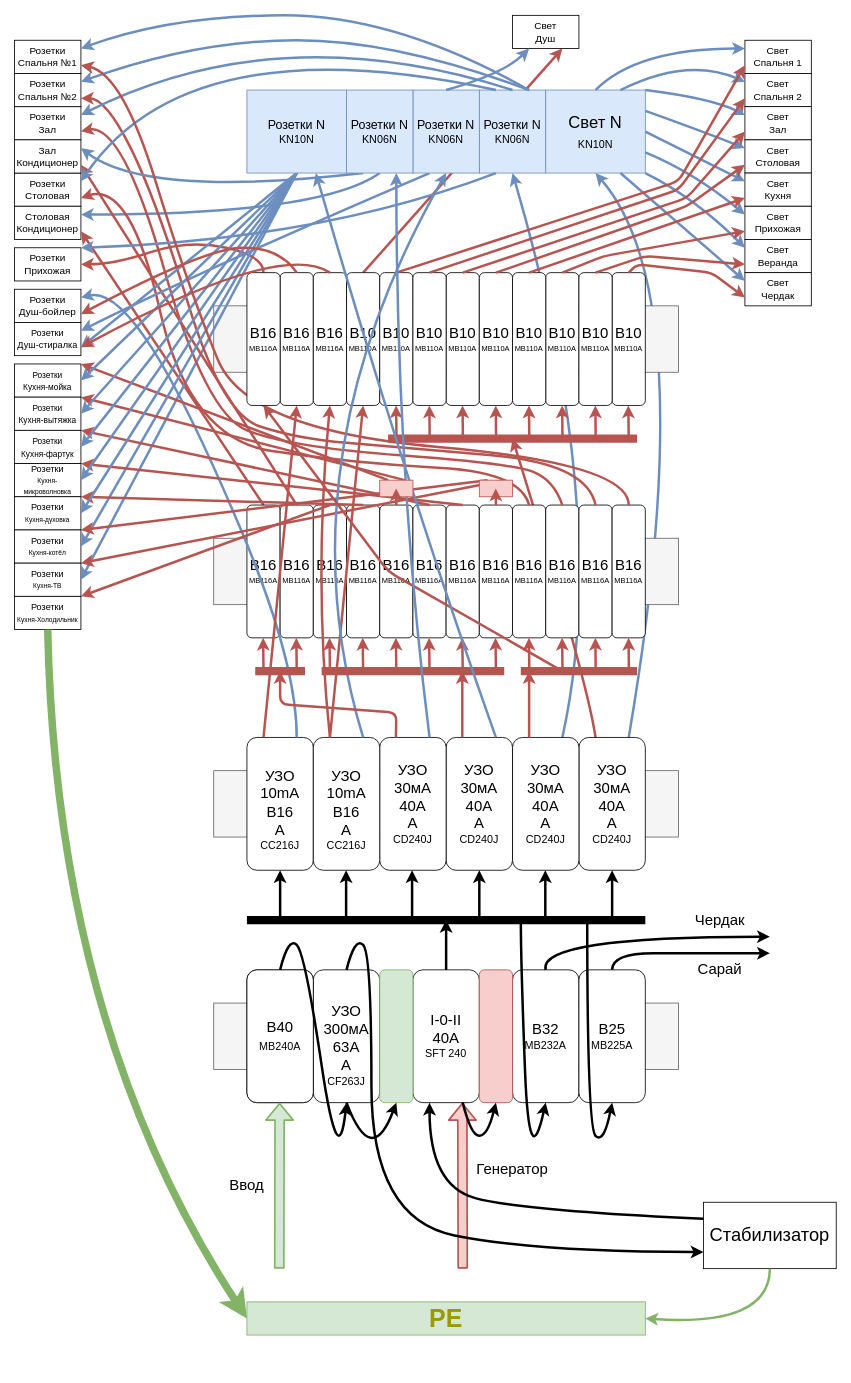
This is shit-v2.drawio from Tur-4000/electro22, a draw.io file, before an edit. Source tidied: cells renumbered, new cells numbered last; positions are measured from the earlier drawing's top-left corner, leaving out a move shared by most shapes. Both pictures are drawn from the tidied source at 83%, with x=0, y=0 at pixel (14, 15).
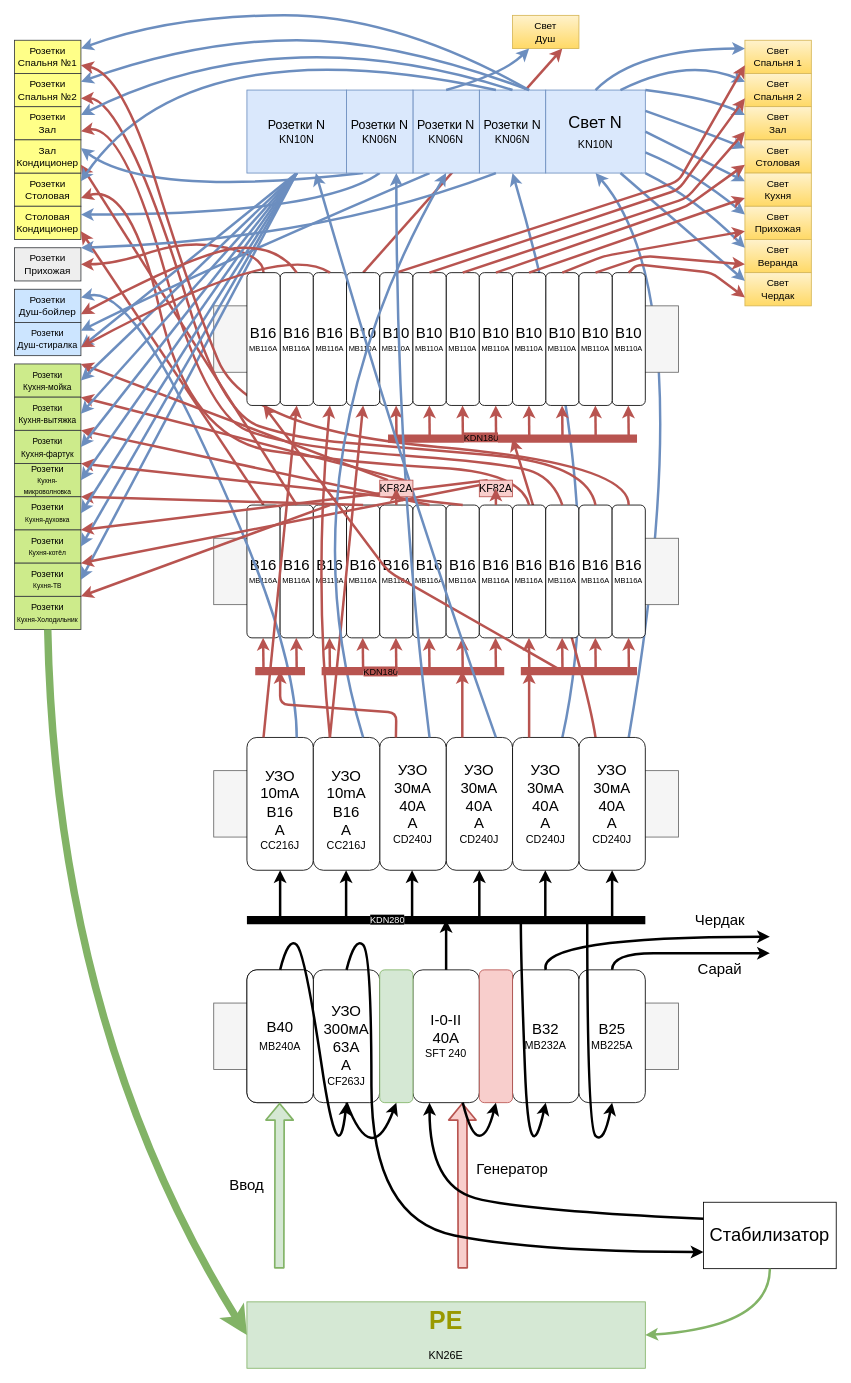
The same diagram, later.

Unchanged cells that the change refers to:
```xml
<mxCell id="28" style="endArrow=none;html=1;strokeWidth=10;" parent="1" edge="1">
  <mxGeometry relative="1" as="geometry">
    <mxPoint x="280" y="1090" as="sourcePoint" />
    <mxPoint x="760" y="1090" as="targetPoint" />
  </mxGeometry>
</mxCell>
<mxCell id="84" style="endArrow=none;html=1;strokeWidth=10;fillColor=#f8cecc;strokeColor=#b85450;" parent="1" edge="1">
  <mxGeometry relative="1" as="geometry">
    <mxPoint x="450" y="510" as="sourcePoint" />
    <mxPoint x="750" y="510" as="targetPoint" />
  </mxGeometry>
</mxCell>
<mxCell id="176" style="endArrow=none;html=1;strokeWidth=10;fillColor=#f8cecc;strokeColor=#b85450;" parent="1" edge="1">
  <mxGeometry relative="1" as="geometry">
    <mxPoint x="370" y="790" as="sourcePoint" />
    <mxPoint x="590" y="790" as="targetPoint" />
  </mxGeometry>
</mxCell>
```

What changed in the source:
```diff
@@
+    <mxCell id="195" value="&lt;span style=&quot;background-color: rgb(0 , 0 , 0)&quot;&gt;&lt;font color=&quot;#FFFFFF&quot;&gt;KDN280&lt;/font&gt;&lt;/span&gt;" style="edgeLabel;html=1;align=center;verticalAlign=middle;" parent="28" vertex="1">
+      <mxGeometry x="-0.3" y="1" relative="1" as="geometry" />
+    </mxCell>
@@
-    <mxCell id="38" value="&lt;font color=&quot;#999900&quot;&gt;&lt;b&gt;&lt;font style=&quot;font-size: 30px&quot;&gt;PE&lt;/font&gt;&lt;/b&gt;&lt;/font&gt;" style="rounded=0;whiteSpace=wrap;html=1;fillColor=#d5e8d4;strokeColor=#82b366;" parent="1" vertex="1">
-      <mxGeometry x="280" y="1550" width="480" height="40" as="geometry" />
+    <mxCell id="38" value="&lt;font color=&quot;#999900&quot;&gt;&lt;b&gt;&lt;font style=&quot;font-size: 30px&quot;&gt;PE &lt;/font&gt;&lt;/b&gt;&lt;/font&gt;&lt;br&gt;&lt;div&gt;&lt;font color=&quot;#999900&quot;&gt;&lt;b&gt;&lt;font style=&quot;font-size: 30px&quot;&gt;&lt;span style=&quot;font-size: 13px ; color: #000000 ; font-weight: normal ; text-decoration: none ; font-family: &amp;#34;arial&amp;#34; ; font-style: normal&quot;&gt;KN26E&lt;/span&gt;&lt;/font&gt;&lt;/b&gt;&lt;/font&gt;&lt;/div&gt;" style="rounded=0;whiteSpace=wrap;html=1;fillColor=#d5e8d4;strokeColor=#82b366;" parent="1" vertex="1">
+      <mxGeometry x="280" y="1550" width="480" height="80" as="geometry" />
     </mxCell>
@@
-    <mxCell id="42" value="&lt;div&gt;Свет&lt;/div&gt;&lt;div&gt;Спальня 1&lt;br&gt;&lt;/div&gt;" style="rounded=0;whiteSpace=wrap;html=1;" parent="1" vertex="1">
+    <mxCell id="42" value="&lt;div&gt;Свет&lt;/div&gt;&lt;div&gt;Спальня 1&lt;br&gt;&lt;/div&gt;" style="rounded=0;whiteSpace=wrap;html=1;fillColor=#fff2cc;strokeColor=#d6b656;gradientColor=#ffd966;" parent="1" vertex="1">
       <mxGeometry x="880" y="30" width="80" height="40" as="geometry" />
     </mxCell>
-    <mxCell id="43" value="&lt;div&gt;Свет&lt;/div&gt;&lt;div&gt;Душ&lt;br&gt;&lt;/div&gt;" style="rounded=0;whiteSpace=wrap;html=1;" parent="1" vertex="1">
+    <mxCell id="43" value="&lt;div&gt;Свет&lt;/div&gt;&lt;div&gt;Душ&lt;br&gt;&lt;/div&gt;" style="rounded=0;whiteSpace=wrap;html=1;fillColor=#fff2cc;strokeColor=#d6b656;gradientColor=#ffd966;" parent="1" vertex="1">
       <mxGeometry x="600" width="80" height="40" as="geometry" />
     </mxCell>
-    <mxCell id="44" value="&lt;div&gt;Розетки&lt;/div&gt;&lt;div&gt;Спальня №1&lt;br&gt;&lt;/div&gt;" style="rounded=0;whiteSpace=wrap;html=1;" parent="1" vertex="1">
+    <mxCell id="44" value="&lt;div&gt;Розетки&lt;/div&gt;&lt;div&gt;Спальня №1&lt;br&gt;&lt;/div&gt;" style="rounded=0;whiteSpace=wrap;html=1;fillColor=#ffff88;strokeColor=#36393d;" parent="1" vertex="1">
       <mxGeometry y="30" width="80" height="40" as="geometry" />
     </mxCell>
-    <mxCell id="45" value="&lt;div&gt;Розетки&lt;/div&gt;&lt;div&gt;Зал&lt;br&gt;&lt;/div&gt;" style="rounded=0;whiteSpace=wrap;html=1;" parent="1" vertex="1">
+    <mxCell id="45" value="&lt;div&gt;Розетки&lt;/div&gt;&lt;div&gt;Зал&lt;br&gt;&lt;/div&gt;" style="rounded=0;whiteSpace=wrap;html=1;fillColor=#ffff88;strokeColor=#36393d;" parent="1" vertex="1">
       <mxGeometry y="110" width="80" height="40" as="geometry" />
     </mxCell>
-    <mxCell id="46" value="&lt;div&gt;Розетки&lt;/div&gt;&lt;div&gt;Спальня №2&lt;br&gt;&lt;/div&gt;" style="rounded=0;whiteSpace=wrap;html=1;" parent="1" vertex="1">
+    <mxCell id="46" value="&lt;div&gt;Розетки&lt;/div&gt;&lt;div&gt;Спальня №2&lt;br&gt;&lt;/div&gt;" style="rounded=0;whiteSpace=wrap;html=1;fillColor=#ffff88;strokeColor=#36393d;" parent="1" vertex="1">
       <mxGeometry y="70" width="80" height="40" as="geometry" />
     </mxCell>
-    <mxCell id="47" value="&lt;div&gt;Розетки&lt;/div&gt;&lt;div&gt;Столовая&lt;br&gt;&lt;/div&gt;" style="rounded=0;whiteSpace=wrap;html=1;" parent="1" vertex="1">
+    <mxCell id="47" value="&lt;div&gt;Розетки&lt;/div&gt;&lt;div&gt;Столовая&lt;br&gt;&lt;/div&gt;" style="rounded=0;whiteSpace=wrap;html=1;fillColor=#ffff88;strokeColor=#36393d;" parent="1" vertex="1">
       <mxGeometry y="190" width="80" height="40" as="geometry" />
     </mxCell>
-    <mxCell id="48" value="&lt;div&gt;Розетки&lt;/div&gt;&lt;div&gt;Прихожая&lt;br&gt;&lt;/div&gt;" style="rounded=0;whiteSpace=wrap;html=1;" parent="1" vertex="1">
+    <mxCell id="48" value="&lt;div&gt;Розетки&lt;/div&gt;&lt;div&gt;Прихожая&lt;br&gt;&lt;/div&gt;" style="rounded=0;whiteSpace=wrap;html=1;fillColor=#eeeeee;strokeColor=#36393d;" parent="1" vertex="1">
       <mxGeometry y="280" width="80" height="40" as="geometry" />
     </mxCell>
-    <mxCell id="49" value="&lt;div&gt;Розетки&lt;/div&gt;&lt;div&gt;Душ-бойлер&lt;br&gt;&lt;/div&gt;" style="rounded=0;whiteSpace=wrap;html=1;" parent="1" vertex="1">
+    <mxCell id="49" value="&lt;div&gt;Розетки&lt;/div&gt;&lt;div&gt;Душ-бойлер&lt;br&gt;&lt;/div&gt;" style="rounded=0;whiteSpace=wrap;html=1;fillColor=#cce5ff;strokeColor=#36393d;" parent="1" vertex="1">
       <mxGeometry y="330" width="80" height="40" as="geometry" />
     </mxCell>
-    <mxCell id="50" value="&lt;div style=&quot;font-size: 11px&quot;&gt;Розетки&lt;/div&gt;&lt;div style=&quot;font-size: 11px&quot;&gt;&lt;font style=&quot;font-size: 11px&quot;&gt;Душ-стиралка&lt;/font&gt;&lt;br&gt;&lt;/div&gt;" style="rounded=0;whiteSpace=wrap;html=1;" parent="1" vertex="1">
+    <mxCell id="50" value="&lt;div style=&quot;font-size: 11px&quot;&gt;Розетки&lt;/div&gt;&lt;div style=&quot;font-size: 11px&quot;&gt;&lt;font style=&quot;font-size: 11px&quot;&gt;Душ-стиралка&lt;/font&gt;&lt;br&gt;&lt;/div&gt;" style="rounded=0;whiteSpace=wrap;html=1;fillColor=#cce5ff;strokeColor=#36393d;" parent="1" vertex="1">
       <mxGeometry y="370" width="80" height="40" as="geometry" />
     </mxCell>
-    <mxCell id="51" value="&lt;div&gt;&lt;font style=&quot;font-size: 10px&quot;&gt;Розетки&lt;/font&gt;&lt;/div&gt;&lt;div&gt;&lt;font style=&quot;font-size: 10px&quot;&gt;Кухня-мойка&lt;br&gt;&lt;/font&gt;&lt;/div&gt;" style="rounded=0;whiteSpace=wrap;html=1;" parent="1" vertex="1">
+    <mxCell id="51" value="&lt;div&gt;&lt;font style=&quot;font-size: 10px&quot;&gt;Розетки&lt;/font&gt;&lt;/div&gt;&lt;div&gt;&lt;font style=&quot;font-size: 10px&quot;&gt;Кухня-мойка&lt;br&gt;&lt;/font&gt;&lt;/div&gt;" style="rounded=0;whiteSpace=wrap;html=1;fillColor=#cdeb8b;strokeColor=#36393d;" parent="1" vertex="1">
       <mxGeometry y="420" width="80" height="40" as="geometry" />
     </mxCell>
-    <mxCell id="52" value="&lt;div&gt;&lt;font style=&quot;font-size: 10px&quot;&gt;Розетки&lt;/font&gt;&lt;/div&gt;&lt;div&gt;&lt;font style=&quot;font-size: 10px&quot;&gt;Кухня-вытяжка&lt;br&gt;&lt;/font&gt;&lt;/div&gt;" style="rounded=0;whiteSpace=wrap;html=1;" parent="1" vertex="1">
+    <mxCell id="52" value="&lt;div&gt;&lt;font style=&quot;font-size: 10px&quot;&gt;Розетки&lt;/font&gt;&lt;/div&gt;&lt;div&gt;&lt;font style=&quot;font-size: 10px&quot;&gt;Кухня-вытяжка&lt;br&gt;&lt;/font&gt;&lt;/div&gt;" style="rounded=0;whiteSpace=wrap;html=1;fillColor=#cdeb8b;strokeColor=#36393d;" parent="1" vertex="1">
       <mxGeometry y="460" width="80" height="40" as="geometry" />
     </mxCell>
-    <mxCell id="53" value="&lt;div&gt;&lt;font style=&quot;font-size: 10px&quot;&gt;Розетки&lt;/font&gt;&lt;/div&gt;&lt;div&gt;&lt;font style=&quot;font-size: 10px&quot;&gt;Кухня-фартук&lt;br&gt;&lt;/font&gt;&lt;/div&gt;" style="rounded=0;whiteSpace=wrap;html=1;" parent="1" vertex="1">
+    <mxCell id="53" value="&lt;div&gt;&lt;font style=&quot;font-size: 10px&quot;&gt;Розетки&lt;/font&gt;&lt;/div&gt;&lt;div&gt;&lt;font style=&quot;font-size: 10px&quot;&gt;Кухня-фартук&lt;br&gt;&lt;/font&gt;&lt;/div&gt;" style="rounded=0;whiteSpace=wrap;html=1;fillColor=#cdeb8b;strokeColor=#36393d;" parent="1" vertex="1">
       <mxGeometry y="500" width="80" height="40" as="geometry" />
     </mxCell>
-    <mxCell id="54" value="&lt;div style=&quot;font-size: 11px&quot;&gt;&lt;font style=&quot;font-size: 11px&quot;&gt;Розетки&lt;/font&gt;&lt;/div&gt;&lt;div style=&quot;font-size: 11px&quot;&gt;&lt;font style=&quot;font-size: 11px&quot;&gt;&lt;font style=&quot;font-size: 8px&quot;&gt;Кухня-микроволновка&lt;/font&gt;&lt;br&gt;&lt;/font&gt;&lt;/div&gt;" style="rounded=0;whiteSpace=wrap;html=1;" parent="1" vertex="1">
+    <mxCell id="54" value="&lt;div style=&quot;font-size: 11px&quot;&gt;&lt;font style=&quot;font-size: 11px&quot;&gt;Розетки&lt;/font&gt;&lt;/div&gt;&lt;div style=&quot;font-size: 11px&quot;&gt;&lt;font style=&quot;font-size: 11px&quot;&gt;&lt;font style=&quot;font-size: 8px&quot;&gt;Кухня-микроволновка&lt;/font&gt;&lt;br&gt;&lt;/font&gt;&lt;/div&gt;" style="rounded=0;whiteSpace=wrap;html=1;fillColor=#cdeb8b;strokeColor=#36393d;" parent="1" vertex="1">
       <mxGeometry y="540" width="80" height="40" as="geometry" />
     </mxCell>
-    <mxCell id="55" value="&lt;div style=&quot;font-size: 11px&quot;&gt;&lt;font style=&quot;font-size: 11px&quot;&gt;Розетки&lt;/font&gt;&lt;/div&gt;&lt;div style=&quot;font-size: 11px&quot;&gt;&lt;font style=&quot;font-size: 11px&quot;&gt;&lt;font style=&quot;font-size: 8px&quot;&gt;Кухня-духовка&lt;/font&gt;&lt;br&gt;&lt;/font&gt;&lt;/div&gt;" style="rounded=0;whiteSpace=wrap;html=1;" parent="1" vertex="1">
+    <mxCell id="55" value="&lt;div style=&quot;font-size: 11px&quot;&gt;&lt;font style=&quot;font-size: 11px&quot;&gt;Розетки&lt;/font&gt;&lt;/div&gt;&lt;div style=&quot;font-size: 11px&quot;&gt;&lt;font style=&quot;font-size: 11px&quot;&gt;&lt;font style=&quot;font-size: 8px&quot;&gt;Кухня-духовка&lt;/font&gt;&lt;br&gt;&lt;/font&gt;&lt;/div&gt;" style="rounded=0;whiteSpace=wrap;html=1;fillColor=#cdeb8b;strokeColor=#36393d;" parent="1" vertex="1">
       <mxGeometry y="580" width="80" height="40" as="geometry" />
     </mxCell>
-    <mxCell id="56" value="&lt;div style=&quot;font-size: 11px&quot;&gt;&lt;font style=&quot;font-size: 11px&quot;&gt;Розетки&lt;/font&gt;&lt;/div&gt;&lt;div style=&quot;font-size: 11px&quot;&gt;&lt;font style=&quot;font-size: 11px&quot;&gt;&lt;font style=&quot;font-size: 8px&quot;&gt;Кухня-котёл&lt;/font&gt;&lt;br&gt;&lt;/font&gt;&lt;/div&gt;" style="rounded=0;whiteSpace=wrap;html=1;" parent="1" vertex="1">
+    <mxCell id="56" value="&lt;div style=&quot;font-size: 11px&quot;&gt;&lt;font style=&quot;font-size: 11px&quot;&gt;Розетки&lt;/font&gt;&lt;/div&gt;&lt;div style=&quot;font-size: 11px&quot;&gt;&lt;font style=&quot;font-size: 11px&quot;&gt;&lt;font style=&quot;font-size: 8px&quot;&gt;Кухня-котёл&lt;/font&gt;&lt;br&gt;&lt;/font&gt;&lt;/div&gt;" style="rounded=0;whiteSpace=wrap;html=1;fillColor=#cdeb8b;strokeColor=#36393d;" parent="1" vertex="1">
       <mxGeometry y="620" width="80" height="40" as="geometry" />
     </mxCell>
-    <mxCell id="57" value="&lt;div style=&quot;font-size: 11px&quot;&gt;&lt;font style=&quot;font-size: 11px&quot;&gt;Розетки&lt;/font&gt;&lt;/div&gt;&lt;div style=&quot;font-size: 11px&quot;&gt;&lt;font style=&quot;font-size: 11px&quot;&gt;&lt;font style=&quot;font-size: 8px&quot;&gt;Кухня-ТВ&lt;/font&gt;&lt;br&gt;&lt;/font&gt;&lt;/div&gt;" style="rounded=0;whiteSpace=wrap;html=1;" parent="1" vertex="1">
+    <mxCell id="57" value="&lt;div style=&quot;font-size: 11px&quot;&gt;&lt;font style=&quot;font-size: 11px&quot;&gt;Розетки&lt;/font&gt;&lt;/div&gt;&lt;div style=&quot;font-size: 11px&quot;&gt;&lt;font style=&quot;font-size: 11px&quot;&gt;&lt;font style=&quot;font-size: 8px&quot;&gt;Кухня-ТВ&lt;/font&gt;&lt;br&gt;&lt;/font&gt;&lt;/div&gt;" style="rounded=0;whiteSpace=wrap;html=1;fillColor=#cdeb8b;strokeColor=#36393d;" parent="1" vertex="1">
       <mxGeometry y="660" width="80" height="40" as="geometry" />
     </mxCell>
-    <mxCell id="58" value="&lt;div style=&quot;font-size: 11px&quot;&gt;&lt;font style=&quot;font-size: 11px&quot;&gt;Розетки&lt;/font&gt;&lt;/div&gt;&lt;div style=&quot;font-size: 11px&quot;&gt;&lt;font style=&quot;font-size: 11px&quot;&gt;&lt;font style=&quot;font-size: 8px&quot;&gt;Кухня-Холодильник&lt;/font&gt;&lt;br&gt;&lt;/font&gt;&lt;/div&gt;" style="rounded=0;whiteSpace=wrap;html=1;" parent="1" vertex="1">
+    <mxCell id="58" value="&lt;div style=&quot;font-size: 11px&quot;&gt;&lt;font style=&quot;font-size: 11px&quot;&gt;Розетки&lt;/font&gt;&lt;/div&gt;&lt;div style=&quot;font-size: 11px&quot;&gt;&lt;font style=&quot;font-size: 11px&quot;&gt;&lt;font style=&quot;font-size: 8px&quot;&gt;Кухня-Холодильник&lt;/font&gt;&lt;br&gt;&lt;/font&gt;&lt;/div&gt;" style="rounded=0;whiteSpace=wrap;html=1;fillColor=#cdeb8b;strokeColor=#36393d;" parent="1" vertex="1">
       <mxGeometry y="700" width="80" height="40" as="geometry" />
     </mxCell>
-    <mxCell id="59" value="&lt;div&gt;Зал&lt;/div&gt;&lt;div&gt;Кондиционер&lt;br&gt;&lt;/div&gt;" style="rounded=0;whiteSpace=wrap;html=1;" parent="1" vertex="1">
+    <mxCell id="59" value="&lt;div&gt;Зал&lt;/div&gt;&lt;div&gt;Кондиционер&lt;br&gt;&lt;/div&gt;" style="rounded=0;whiteSpace=wrap;html=1;fillColor=#ffff88;strokeColor=#36393d;" parent="1" vertex="1">
       <mxGeometry y="150" width="80" height="40" as="geometry" />
     </mxCell>
-    <mxCell id="60" value="&lt;div&gt;Столовая&lt;/div&gt;&lt;div&gt;Кондиционер&lt;br&gt;&lt;/div&gt;" style="rounded=0;whiteSpace=wrap;html=1;" parent="1" vertex="1">
+    <mxCell id="60" value="&lt;div&gt;Столовая&lt;/div&gt;&lt;div&gt;Кондиционер&lt;br&gt;&lt;/div&gt;" style="rounded=0;whiteSpace=wrap;html=1;fillColor=#ffff88;strokeColor=#36393d;" parent="1" vertex="1">
       <mxGeometry y="230" width="80" height="40" as="geometry" />
     </mxCell>
@@
+    <mxCell id="196" value="&lt;span style=&quot;background-color: rgb(184 , 84 , 80)&quot;&gt;KDN180&lt;/span&gt;" style="edgeLabel;html=1;align=center;verticalAlign=middle;" parent="84" vertex="1">
+      <mxGeometry x="-0.26" y="2" relative="1" as="geometry" />
+    </mxCell>
@@
-    <mxCell id="93" value="&lt;div&gt;Свет&lt;/div&gt;&lt;div&gt;Спальня 2&lt;br&gt;&lt;/div&gt;" style="rounded=0;whiteSpace=wrap;html=1;" parent="1" vertex="1">
+    <mxCell id="93" value="&lt;div&gt;Свет&lt;/div&gt;&lt;div&gt;Спальня 2&lt;br&gt;&lt;/div&gt;" style="rounded=0;whiteSpace=wrap;html=1;fillColor=#fff2cc;strokeColor=#d6b656;gradientColor=#ffd966;" parent="1" vertex="1">
       <mxGeometry x="880" y="70" width="80" height="40" as="geometry" />
     </mxCell>
-    <mxCell id="94" value="&lt;div&gt;Свет&lt;/div&gt;&lt;div&gt;Зал&lt;br&gt;&lt;/div&gt;" style="rounded=0;whiteSpace=wrap;html=1;" parent="1" vertex="1">
+    <mxCell id="94" value="&lt;div&gt;Свет&lt;/div&gt;&lt;div&gt;Зал&lt;br&gt;&lt;/div&gt;" style="rounded=0;whiteSpace=wrap;html=1;fillColor=#fff2cc;strokeColor=#d6b656;gradientColor=#ffd966;" parent="1" vertex="1">
       <mxGeometry x="880" y="110" width="80" height="40" as="geometry" />
     </mxCell>
-    <mxCell id="95" value="&lt;div&gt;Свет&lt;/div&gt;&lt;div&gt;Столовая&lt;br&gt;&lt;/div&gt;" style="rounded=0;whiteSpace=wrap;html=1;" parent="1" vertex="1">
+    <mxCell id="95" value="&lt;div&gt;Свет&lt;/div&gt;&lt;div&gt;Столовая&lt;br&gt;&lt;/div&gt;" style="rounded=0;whiteSpace=wrap;html=1;fillColor=#fff2cc;strokeColor=#d6b656;gradientColor=#ffd966;" parent="1" vertex="1">
       <mxGeometry x="880" y="150" width="80" height="40" as="geometry" />
     </mxCell>
-    <mxCell id="96" value="&lt;div&gt;Свет&lt;/div&gt;&lt;div&gt;Кухня&lt;br&gt;&lt;/div&gt;" style="rounded=0;whiteSpace=wrap;html=1;" parent="1" vertex="1">
+    <mxCell id="96" value="&lt;div&gt;Свет&lt;/div&gt;&lt;div&gt;Кухня&lt;br&gt;&lt;/div&gt;" style="rounded=0;whiteSpace=wrap;html=1;fillColor=#fff2cc;strokeColor=#d6b656;gradientColor=#ffd966;" parent="1" vertex="1">
       <mxGeometry x="880" y="190" width="80" height="40" as="geometry" />
     </mxCell>
-    <mxCell id="97" value="&lt;div&gt;Свет&lt;/div&gt;&lt;div&gt;Прихожая&lt;br&gt;&lt;/div&gt;" style="rounded=0;whiteSpace=wrap;html=1;" parent="1" vertex="1">
+    <mxCell id="97" value="&lt;div&gt;Свет&lt;/div&gt;&lt;div&gt;Прихожая&lt;br&gt;&lt;/div&gt;" style="rounded=0;whiteSpace=wrap;html=1;fillColor=#fff2cc;strokeColor=#d6b656;gradientColor=#ffd966;" parent="1" vertex="1">
       <mxGeometry x="880" y="230" width="80" height="40" as="geometry" />
     </mxCell>
-    <mxCell id="98" value="&lt;div&gt;Свет&lt;/div&gt;&lt;div&gt;Веранда&lt;br&gt;&lt;/div&gt;" style="rounded=0;whiteSpace=wrap;html=1;" parent="1" vertex="1">
+    <mxCell id="98" value="&lt;div&gt;Свет&lt;/div&gt;&lt;div&gt;Веранда&lt;br&gt;&lt;/div&gt;" style="rounded=0;whiteSpace=wrap;html=1;fillColor=#fff2cc;strokeColor=#d6b656;gradientColor=#ffd966;" parent="1" vertex="1">
       <mxGeometry x="880" y="270" width="80" height="40" as="geometry" />
     </mxCell>
-    <mxCell id="99" value="&lt;div&gt;Свет&lt;/div&gt;&lt;div&gt;Чердак&lt;br&gt;&lt;/div&gt;" style="rounded=0;whiteSpace=wrap;html=1;" parent="1" vertex="1">
+    <mxCell id="99" value="&lt;div&gt;Свет&lt;/div&gt;&lt;div&gt;Чердак&lt;br&gt;&lt;/div&gt;" style="rounded=0;whiteSpace=wrap;html=1;fillColor=#fff2cc;strokeColor=#d6b656;gradientColor=#ffd966;" parent="1" vertex="1">
       <mxGeometry x="880" y="310" width="80" height="40" as="geometry" />
     </mxCell>
@@
+    <mxCell id="197" value="&lt;span style=&quot;background-color: rgb(184 , 84 , 80)&quot;&gt;KDN180&lt;/span&gt;" style="edgeLabel;html=1;align=center;verticalAlign=middle;" parent="176" vertex="1">
+      <mxGeometry x="-0.36" relative="1" as="geometry" />
+    </mxCell>
@@
-    <mxCell id="191" style="rounded=0;whiteSpace=wrap;html=1;fillColor=#f8cecc;strokeColor=#b85450;" parent="1" vertex="1">
+    <mxCell id="191" value="&lt;span style=&quot;font-size: 13px ; color: #000000 ; font-weight: normal ; text-decoration: none ; font-family: &amp;#34;arial&amp;#34; ; font-style: normal&quot;&gt;KF82A&lt;/span&gt;" style="rounded=0;whiteSpace=wrap;html=1;fillColor=#f8cecc;strokeColor=#b85450;" parent="1" vertex="1">
       <mxGeometry x="560" y="560" width="40" height="20" as="geometry" />
     </mxCell>
@@
-    <mxCell id="193" style="rounded=0;whiteSpace=wrap;html=1;fillColor=#f8cecc;strokeColor=#b85450;" parent="1" vertex="1">
+    <mxCell id="193" value="&lt;span style=&quot;font-size: 13px ; color: #000000 ; font-weight: normal ; text-decoration: none ; font-family: &amp;#34;arial&amp;#34; ; font-style: normal&quot;&gt;KF82A&lt;/span&gt;" style="rounded=0;whiteSpace=wrap;html=1;fillColor=#f8cecc;strokeColor=#b85450;" parent="1" vertex="1">
       <mxGeometry x="440" y="560" width="40" height="20" as="geometry" />
     </mxCell>
```
